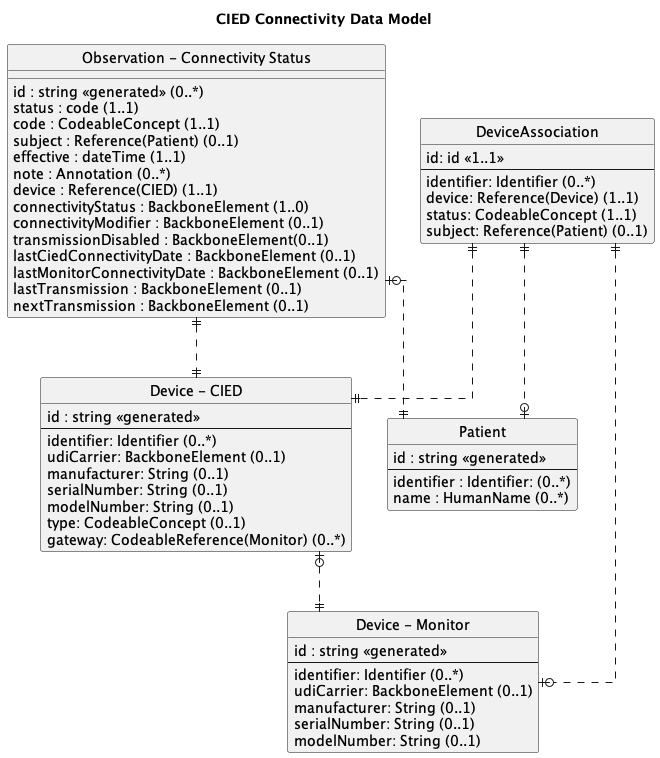
Earlier version of the PlantUML export input/images/data-model.png (HL7/CardX-CIED).
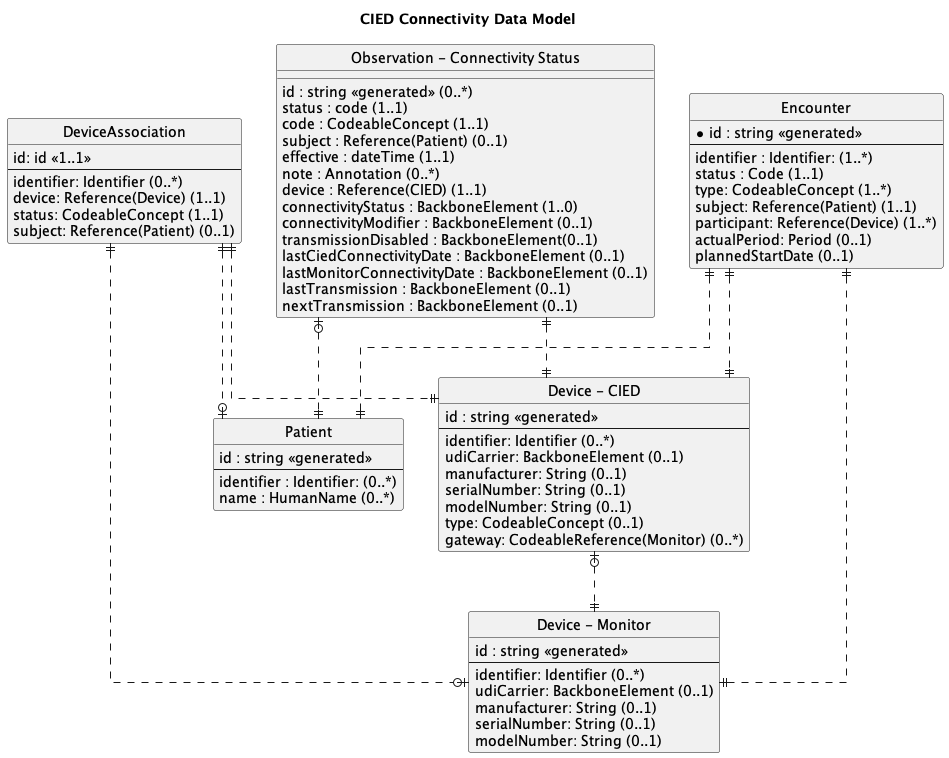
Above is the later version.

The edit, as a diff of the source:
```diff
@@ -1,5 +1,6 @@
 @startuml
 title CIED Connectivity Data Model
+
 hide circle
 
 skinparam linetype ortho
@@ -59,6 +60,17 @@
     nextTransmission : BackboneElement (0..1)
 }
 
+entity "Encounter" as Encounter {
+  *id : string <<generated>>
+  --
+  identifier : Identifier: (1..*)
+  status : Code (1..1)
+  type: CodeableConcept (1..*)
+  subject: Reference(Patient) (1..1)
+  participant: Reference(Device) (1..*)
+  actualPeriod: Period (0..1)
+  plannedStartDate (0..1)
+}
 
 Connectivity |o..|| Patient
 Connectivity ||..|| cied
@@ -66,6 +78,8 @@
 devassoc ||..|| cied
 devassoc ||..o| Patient
 devassoc ||..o| monitor
-
+Encounter ||..|| Patient
+Encounter ||..|| cied
+Encounter ||..|| monitor
 
 @enduml
```
